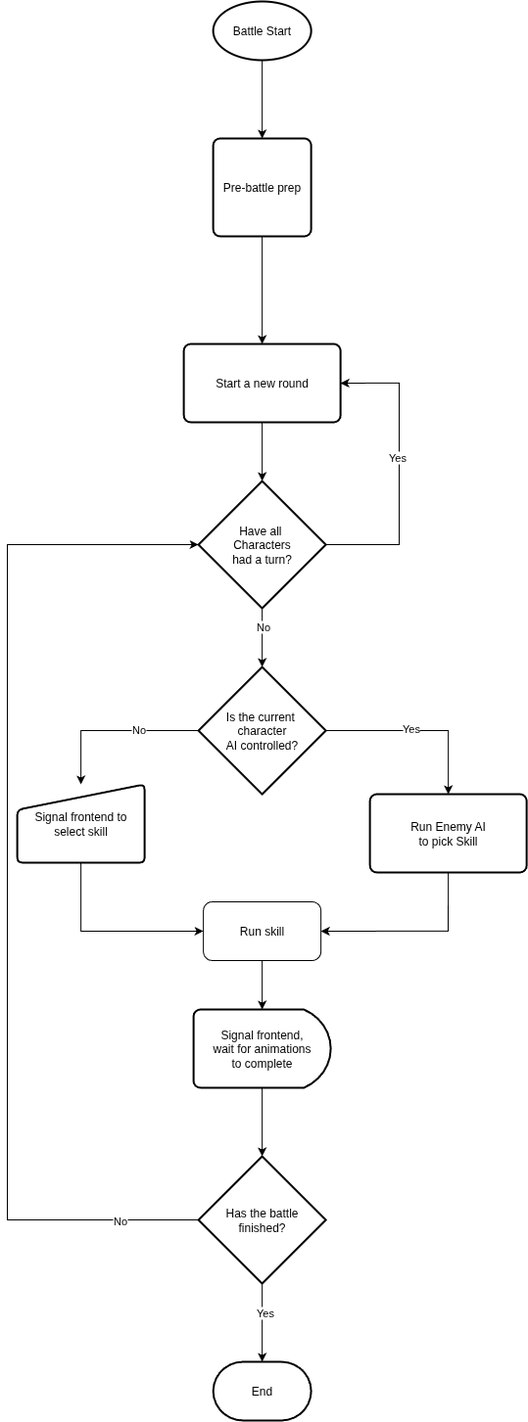
The draw.io diagram docs/battle_flow_chart.drawio.png in Kibibibit/rpg-project, before a commit. Source tidied: cells renumbered, new cells last; positions are measured from the earlier drawing's top-left corner, leaving out a move shared by most shapes.
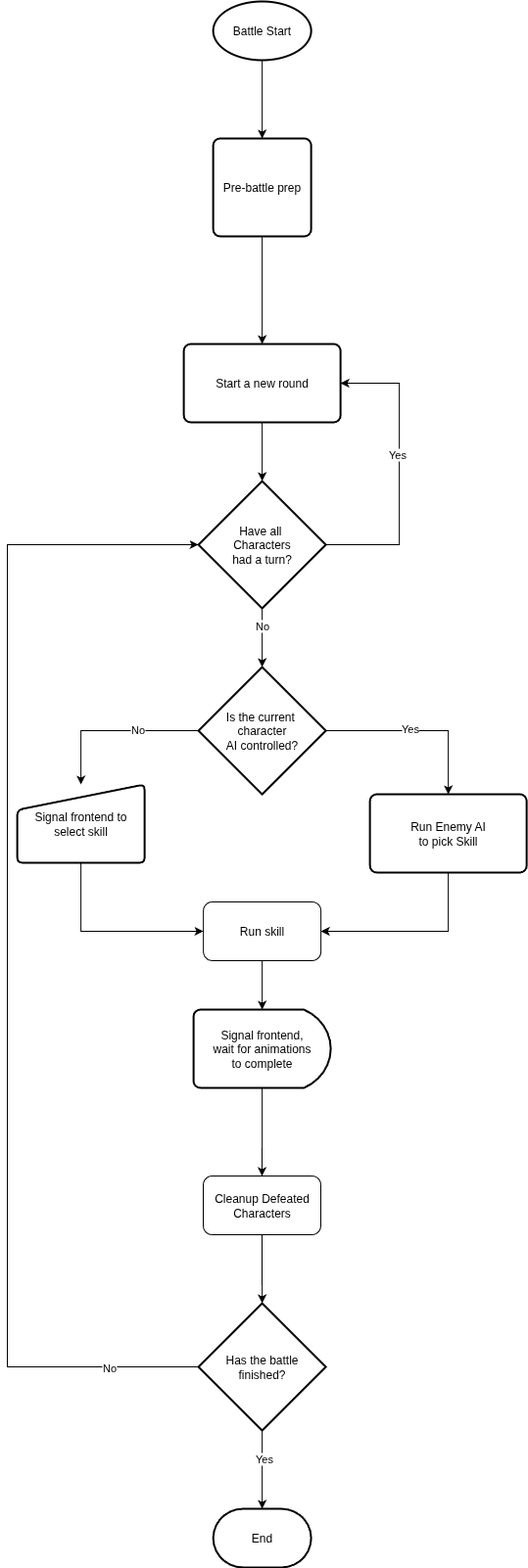
The same file after the commit.

The edit, as a diff of the source:
```diff
@@ -1,4 +1,4 @@
-<mxGraphModel>
+<mxGraphModel background="#ffffff">
   <root>
     <mxCell id="0" />
     <mxCell id="1" parent="0" />
@@ -18,7 +18,7 @@
       <mxGeometry x="180.1" y="350" width="160" height="80" as="geometry" />
     </mxCell>
     <mxCell id="7" value="End" style="strokeWidth=2;html=1;shape=mxgraph.flowchart.terminator;whiteSpace=wrap;" parent="1" vertex="1">
-      <mxGeometry x="210.1" y="1390" width="100" height="60" as="geometry" />
+      <mxGeometry x="210.1" y="1540" width="100" height="60" as="geometry" />
     </mxCell>
     <mxCell id="8" style="endArrow=classic;html=1;rounded=0;exitX=0.5;exitY=1;exitDx=0;exitDy=0;entryX=0.5;entryY=0;entryDx=0;entryDy=0;entryPerimeter=0;" parent="1" edge="1" source="6" target="11">
       <mxGeometry relative="1" as="geometry" />
@@ -88,6 +88,9 @@
     <mxCell id="24" value="Run skill" style="rounded=1;whiteSpace=wrap;html=1;" parent="1" vertex="1">
       <mxGeometry x="200.1" y="920" width="120" height="60" as="geometry" />
     </mxCell>
+    <mxCell id="32" style="edgeStyle=orthogonalEdgeStyle;rounded=0;jettySize=auto;html=1;exitX=0.5;exitY=1;exitDx=0;exitDy=0;exitPerimeter=0;entryX=0.5;entryY=0;entryDx=0;entryDy=0;" parent="1" edge="1" source="25" target="33">
+      <mxGeometry relative="1" as="geometry" />
+    </mxCell>
     <mxCell id="25" value="Signal frontend,&lt;div&gt;wait for animations&lt;/div&gt;&lt;div&gt;to complete&lt;/div&gt;" style="strokeWidth=2;html=1;shape=mxgraph.flowchart.delay;whiteSpace=wrap;" parent="1" vertex="1">
       <mxGeometry x="190.1" y="1030" width="140" height="80" as="geometry" />
     </mxCell>
@@ -98,16 +101,13 @@
       <mxGeometry x="-0.3" y="1" relative="1" as="geometry" />
     </mxCell>
     <mxCell id="28" value="Has the battle&lt;div&gt;finished?&lt;/div&gt;" style="strokeWidth=2;html=1;shape=mxgraph.flowchart.decision;whiteSpace=wrap;" parent="1" vertex="1">
-      <mxGeometry x="195.1" y="1180" width="130" height="130" as="geometry" />
+      <mxGeometry x="195.1" y="1330" width="130" height="130" as="geometry" />
     </mxCell>
-    <mxCell id="29" style="edgeStyle=orthogonalEdgeStyle;rounded=0;jettySize=auto;html=1;exitX=0.5;exitY=1;exitDx=0;exitDy=0;exitPerimeter=0;entryX=0.5;entryY=0;entryDx=0;entryDy=0;entryPerimeter=0;" parent="1" edge="1" source="25" target="28">
-      <mxGeometry relative="1" as="geometry" />
-    </mxCell>
     <mxCell id="30" style="edgeStyle=orthogonalEdgeStyle;rounded=0;jettySize=auto;html=1;exitX=0;exitY=0.5;exitDx=0;exitDy=0;exitPerimeter=0;entryX=0;entryY=0.5;entryDx=0;entryDy=0;entryPerimeter=0;" parent="1" edge="1" source="28" target="11">
       <mxGeometry relative="1" as="geometry">
         <Array as="points">
-          <mxPoint x="0.1" y="1245" />
-          <mxPoint x="0.1" y="555" />
+          <mxPoint y="1395" />
+          <mxPoint y="555" />
         </Array>
       </mxGeometry>
     </mxCell>
@@ -116,5 +116,11 @@
         <mxPoint x="1" as="offset" />
       </mxGeometry>
     </mxCell>
+    <mxCell id="33" value="Cleanup Defeated&lt;div&gt;Characters&lt;/div&gt;" style="rounded=1;whiteSpace=wrap;html=1;" parent="1" vertex="1">
+      <mxGeometry x="200" y="1200" width="120" height="60" as="geometry" />
+    </mxCell>
+    <mxCell id="34" style="edgeStyle=orthogonalEdgeStyle;rounded=0;jettySize=auto;html=1;exitX=0.5;exitY=1;exitDx=0;exitDy=0;entryX=0.5;entryY=0;entryDx=0;entryDy=0;entryPerimeter=0;" parent="1" edge="1" source="33" target="28">
+      <mxGeometry relative="1" as="geometry" />
+    </mxCell>
   </root>
 </mxGraphModel>
```
